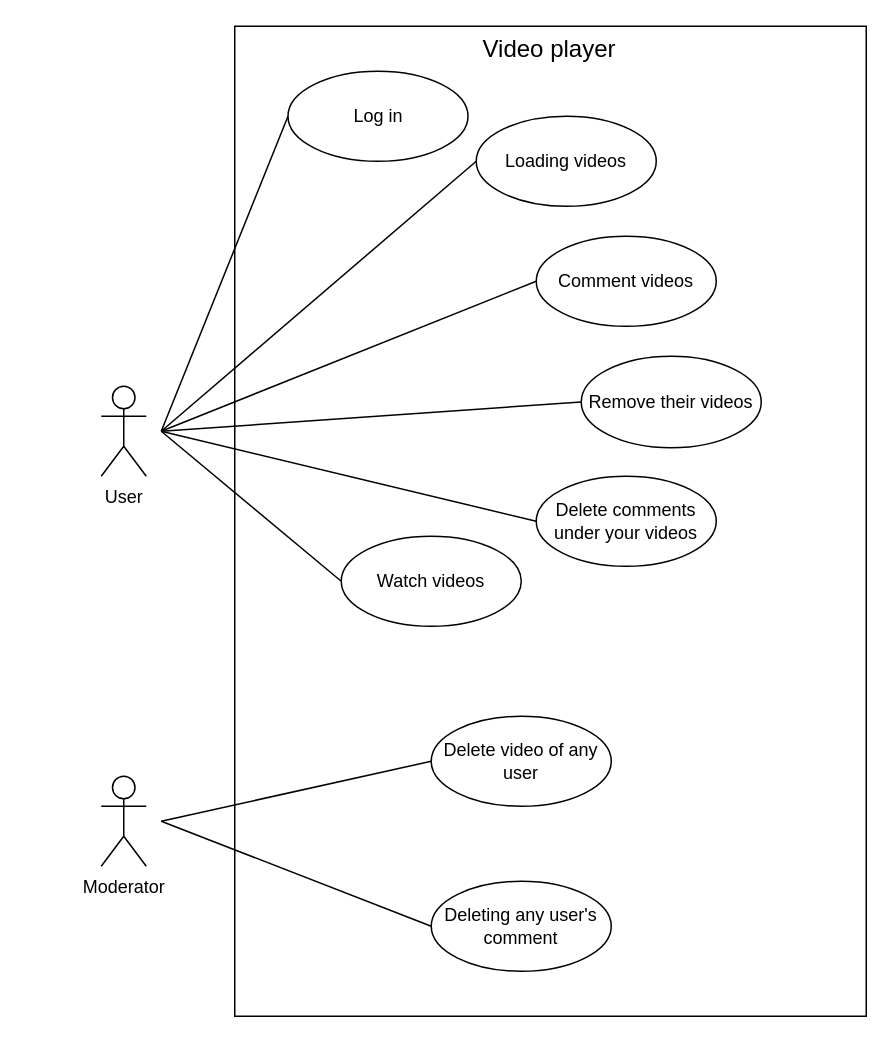
The draw.io diagram LABS_BSUIR/4sem_OOP_Java/Lab_1/use_case.drawio in EgorSavonchik/BSUIR-LABS, before the edit. Source tidied: cells renumbered, new cells numbered last; positions are measured from the earlier drawing's top-left corner, leaving out a move shared by most shapes. Both pictures are drawn from the tidied source at 150%, with x=0, y=0 at pixel (100, 26).
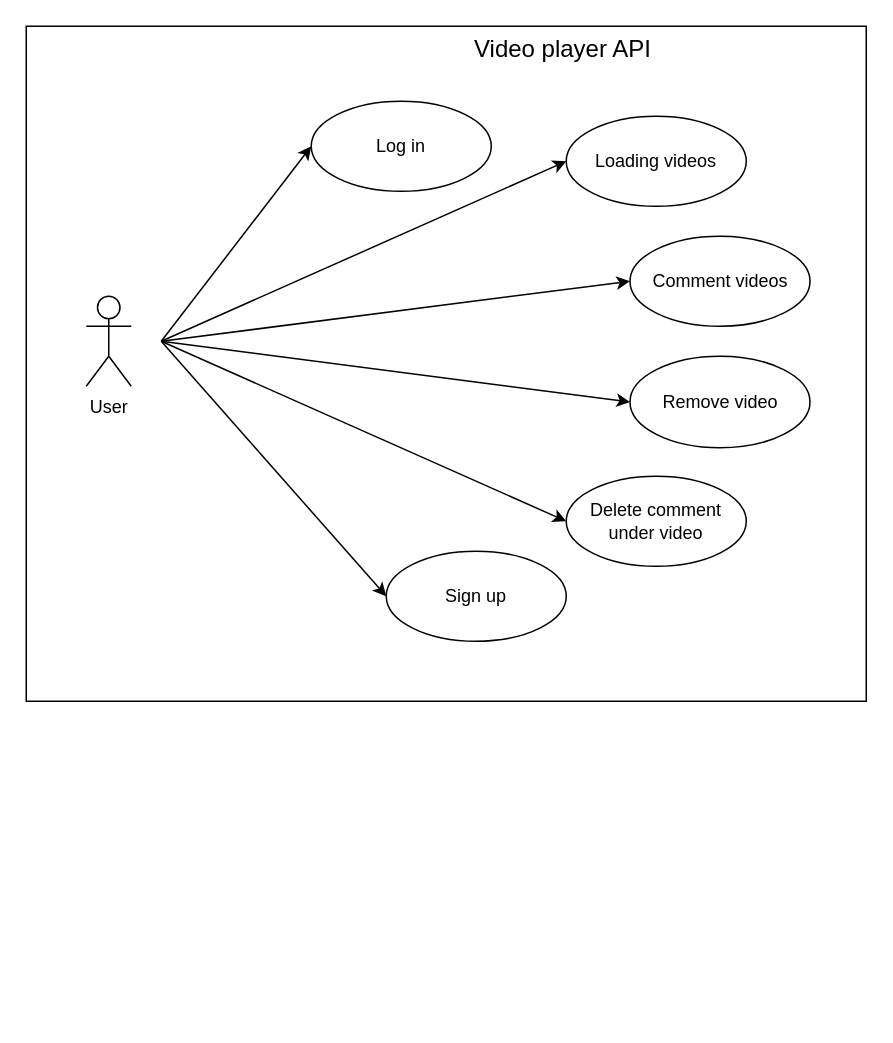
The same diagram, later.

What changed in the source:
```diff
@@
     <mxCell id="2" style="rounded=0;whiteSpace=wrap;html=1;" parent="1" vertex="1">
-      <mxGeometry x="89" width="421" height="660" as="geometry" />
+      <mxGeometry x="-50" width="560" height="450" as="geometry" />
     </mxCell>
     <mxCell id="3" value="User" style="shape=umlActor;verticalLabelPosition=bottom;verticalAlign=top;html=1;" parent="1" vertex="1">
-      <mxGeometry y="240" width="30" height="60" as="geometry" />
+      <mxGeometry x="-10" y="180" width="30" height="60" as="geometry" />
     </mxCell>
     <mxCell id="4" value="Loading videos" style="ellipse;whiteSpace=wrap;html=1;" parent="1" vertex="1">
-      <mxGeometry x="250" y="60" width="120" height="60" as="geometry" />
+      <mxGeometry x="310" y="60" width="120" height="60" as="geometry" />
     </mxCell>
-    <mxCell id="5" value="Watch videos" style="ellipse;whiteSpace=wrap;html=1;" parent="1" vertex="1">
-      <mxGeometry x="160" y="340" width="120" height="60" as="geometry" />
+    <mxCell id="5" value="Sign up" style="ellipse;whiteSpace=wrap;html=1;" parent="1" vertex="1">
+      <mxGeometry x="190" y="350" width="120" height="60" as="geometry" />
     </mxCell>
-    <mxCell id="6" value="Remove their videos" style="ellipse;whiteSpace=wrap;html=1;" parent="1" vertex="1">
-      <mxGeometry x="320" y="220" width="120" height="61" as="geometry" />
+    <mxCell id="6" value="Remove video" style="ellipse;whiteSpace=wrap;html=1;" parent="1" vertex="1">
+      <mxGeometry x="352.5" y="220" width="120" height="61" as="geometry" />
     </mxCell>
     <mxCell id="7" value="Comment videos" style="ellipse;whiteSpace=wrap;html=1;" parent="1" vertex="1">
-      <mxGeometry x="290" y="140" width="120" height="60" as="geometry" />
+      <mxGeometry x="352.5" y="140" width="120" height="60" as="geometry" />
     </mxCell>
-    <mxCell id="8" style="endArrow=none;html=1;rounded=0;entryX=0;entryY=0.5;entryDx=0;entryDy=0;" parent="1" edge="1" target="10">
+    <mxCell id="8" style="endArrow=classic;html=1;rounded=0;entryX=0;entryY=0.5;entryDx=0;entryDy=0;startArrow=none;startFill=0;endFill=1;" parent="1" edge="1" target="10">
       <mxGeometry relative="1" as="geometry">
-        <mxPoint x="40" y="270" as="sourcePoint" />
+        <mxPoint x="40" y="210" as="sourcePoint" />
       </mxGeometry>
     </mxCell>
-    <mxCell id="9" style="endArrow=none;html=1;rounded=0;entryX=0;entryY=0.5;entryDx=0;entryDy=0;" parent="1" edge="1" target="5">
+    <mxCell id="9" style="endArrow=classic;html=1;rounded=0;entryX=0;entryY=0.5;entryDx=0;entryDy=0;endFill=1;" parent="1" edge="1" target="5">
       <mxGeometry relative="1" as="geometry">
-        <mxPoint x="40" y="270" as="sourcePoint" />
+        <mxPoint x="40" y="210" as="sourcePoint" />
       </mxGeometry>
     </mxCell>
     <mxCell id="10" value="Log in" style="ellipse;whiteSpace=wrap;html=1;" parent="1" vertex="1">
-      <mxGeometry x="124.5" y="30" width="120" height="60" as="geometry" />
+      <mxGeometry x="140" y="50" width="120" height="60" as="geometry" />
     </mxCell>
-    <mxCell id="11" style="endArrow=none;html=1;rounded=0;entryX=0;entryY=0.5;entryDx=0;entryDy=0;endFill=0;labelPosition=center;verticalLabelPosition=top;align=center;verticalAlign=bottom;" parent="1" edge="1" target="6">
+    <mxCell id="11" style="endArrow=classic;html=1;rounded=0;entryX=0;entryY=0.5;entryDx=0;entryDy=0;endFill=1;labelPosition=center;verticalLabelPosition=top;align=center;verticalAlign=bottom;" parent="1" edge="1" target="6">
       <mxGeometry relative="1" as="geometry">
-        <mxPoint x="40" y="270" as="sourcePoint" />
+        <mxPoint x="40" y="210" as="sourcePoint" />
       </mxGeometry>
     </mxCell>
-    <mxCell id="12" style="endArrow=none;html=1;rounded=0;entryX=0;entryY=0.5;entryDx=0;entryDy=0;" parent="1" edge="1" target="7">
+    <mxCell id="12" style="endArrow=classic;html=1;rounded=0;entryX=0;entryY=0.5;entryDx=0;entryDy=0;endFill=1;" parent="1" edge="1" target="7">
       <mxGeometry relative="1" as="geometry">
-        <mxPoint x="40" y="270" as="sourcePoint" />
+        <mxPoint x="40" y="210" as="sourcePoint" />
       </mxGeometry>
     </mxCell>
-    <mxCell id="13" style="endArrow=none;html=1;rounded=0;entryX=0;entryY=0.5;entryDx=0;entryDy=0;" parent="1" edge="1" target="4">
+    <mxCell id="13" style="endArrow=classic;html=1;rounded=0;entryX=0;entryY=0.5;entryDx=0;entryDy=0;endFill=1;" parent="1" edge="1" target="4">
       <mxGeometry relative="1" as="geometry">
-        <mxPoint x="40" y="270" as="sourcePoint" />
+        <mxPoint x="40" y="210" as="sourcePoint" />
       </mxGeometry>
     </mxCell>
-    <mxCell id="14" value="Delete comments under your videos" style="ellipse;whiteSpace=wrap;html=1;" parent="1" vertex="1">
-      <mxGeometry x="290" y="300" width="120" height="60" as="geometry" />
+    <mxCell id="14" value="Delete comment under video" style="ellipse;whiteSpace=wrap;html=1;" parent="1" vertex="1">
+      <mxGeometry x="310" y="300" width="120" height="60" as="geometry" />
     </mxCell>
-    <mxCell id="15" style="endArrow=none;html=1;rounded=0;entryX=0;entryY=0.5;entryDx=0;entryDy=0;" parent="1" edge="1" target="14">
+    <mxCell id="15" style="endArrow=classic;html=1;rounded=0;entryX=0;entryY=0.5;entryDx=0;entryDy=0;endFill=1;" parent="1" edge="1" target="14">
       <mxGeometry relative="1" as="geometry">
-        <mxPoint x="40" y="270" as="sourcePoint" />
+        <mxPoint x="40" y="210" as="sourcePoint" />
       </mxGeometry>
     </mxCell>
-    <mxCell id="16" value="Moderator" style="shape=umlActor;verticalLabelPosition=bottom;verticalAlign=top;html=1;" parent="1" vertex="1">
-      <mxGeometry y="500" width="30" height="60" as="geometry" />
-    </mxCell>
-    <mxCell id="17" value="Delete video of any user" style="ellipse;whiteSpace=wrap;html=1;" parent="1" vertex="1">
-      <mxGeometry x="220" y="460" width="120" height="60" as="geometry" />
-    </mxCell>
-    <mxCell id="18" value="Deleting any user's comment" style="ellipse;whiteSpace=wrap;html=1;" parent="1" vertex="1">
-      <mxGeometry x="220" y="570" width="120" height="60" as="geometry" />
-    </mxCell>
-    <mxCell id="19" style="endArrow=none;html=1;rounded=0;entryX=0;entryY=0.5;entryDx=0;entryDy=0;" parent="1" edge="1" target="18">
-      <mxGeometry relative="1" as="geometry">
-        <mxPoint x="40" y="530" as="sourcePoint" />
-      </mxGeometry>
-    </mxCell>
-    <mxCell id="20" style="endArrow=none;html=1;rounded=0;entryX=0;entryY=0.5;entryDx=0;entryDy=0;" parent="1" edge="1" target="17">
-      <mxGeometry relative="1" as="geometry">
-        <mxPoint x="40" y="530" as="sourcePoint" />
-      </mxGeometry>
-    </mxCell>
-    <mxCell id="21" value="Video player" style="text;html=1;strokeColor=none;fillColor=none;align=center;verticalAlign=middle;whiteSpace=wrap;rounded=0;fontSize=16;" parent="1" vertex="1">
-      <mxGeometry x="244.5" width="108" height="30" as="geometry" />
+    <mxCell id="21" value="Video player API" style="text;html=1;strokeColor=none;fillColor=none;align=center;verticalAlign=middle;whiteSpace=wrap;rounded=0;fontSize=16;" parent="1" vertex="1">
+      <mxGeometry x="244.5" width="125.5" height="30" as="geometry" />
     </mxCell>
```
